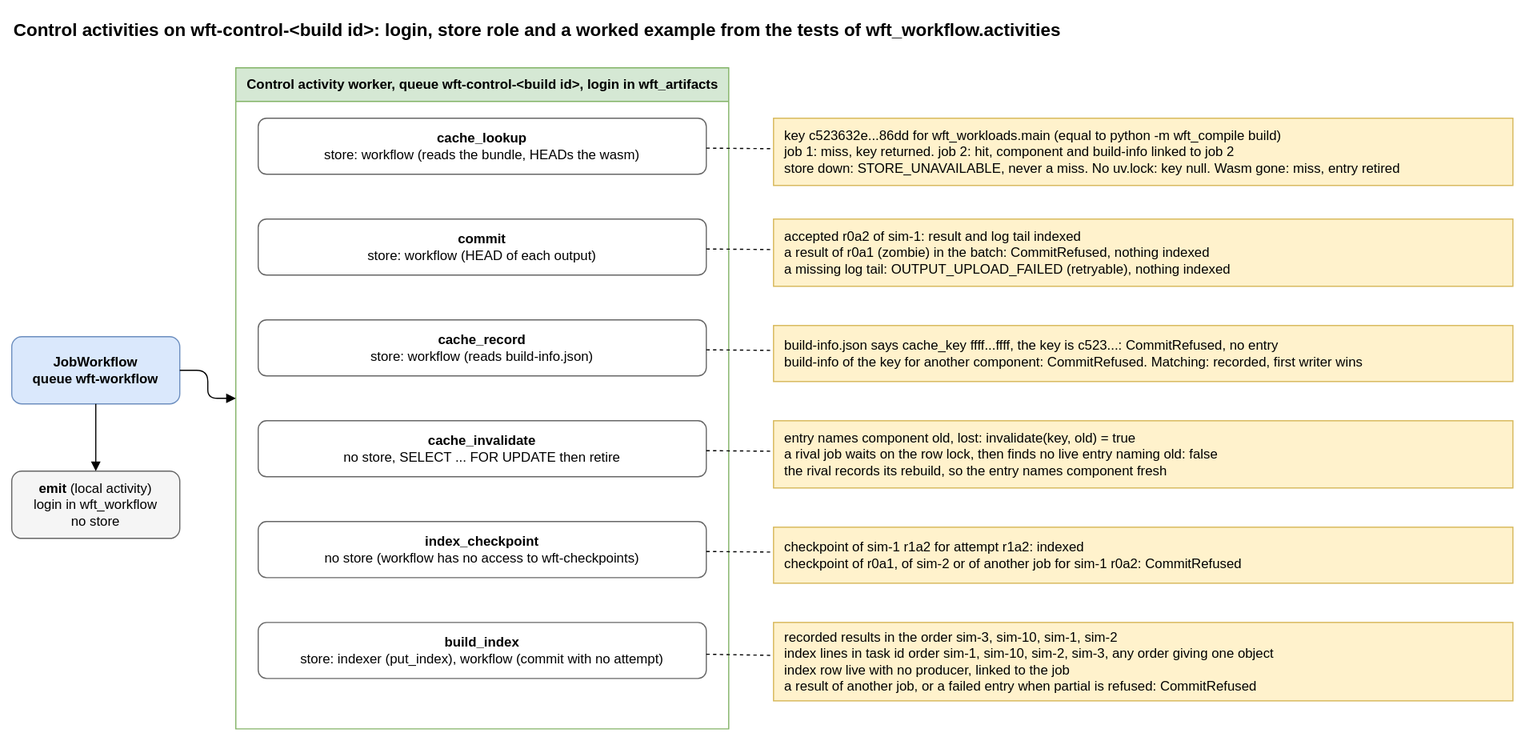
AndoNorth/disyard keeps this draw.io diagram as packages/workflow/control-activities.drawio.svg. Above is the earlier version. Source tidied: cells renumbered, new cells last; positions are measured from the earlier drawing's top-left corner, leaving out a move shared by most shapes.
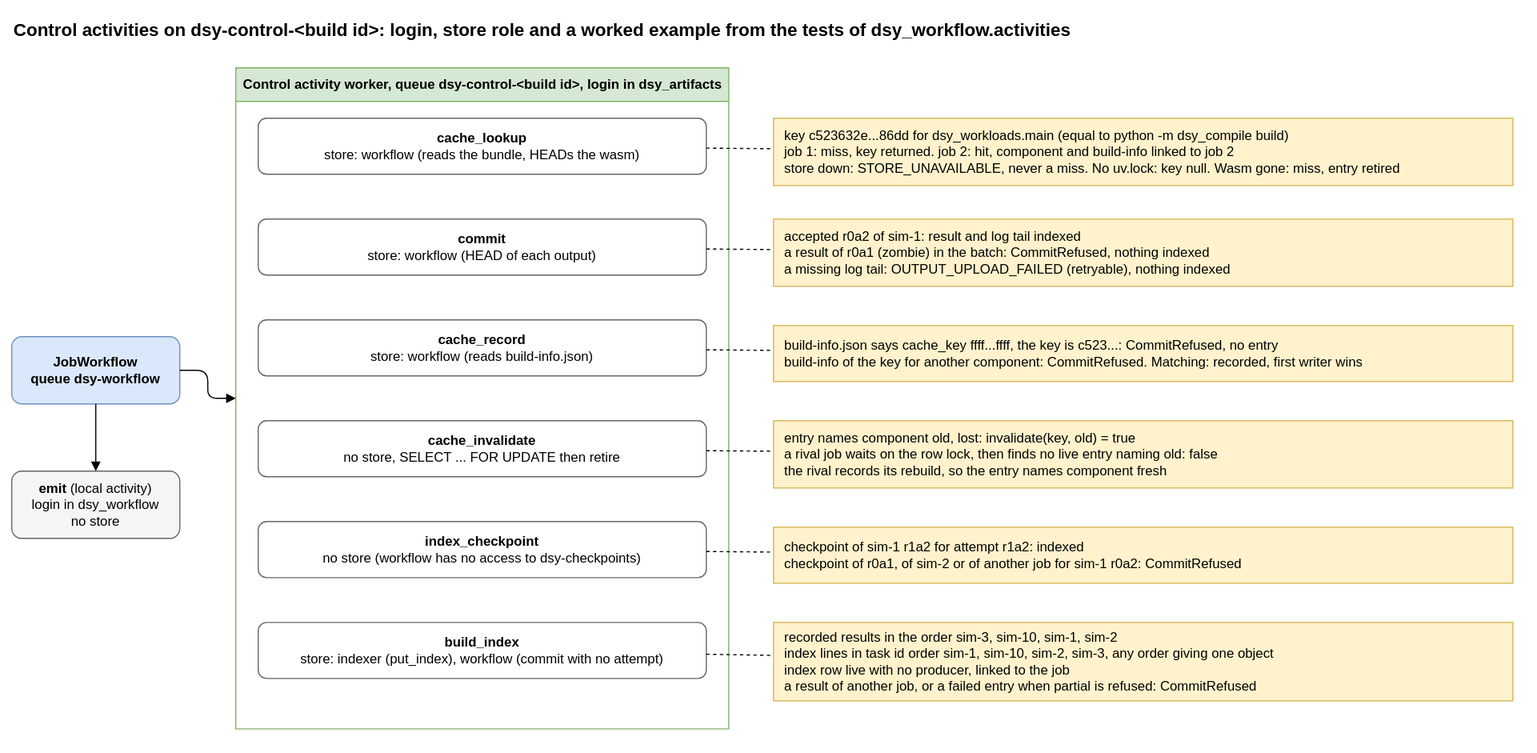
After the change.

Diff of the diagram source:
```diff
@@ -2,19 +2,19 @@
   <root>
     <mxCell id="0" />
     <mxCell id="1" parent="0" />
-    <mxCell id="2" value="Control activities on wft-control-&amp;lt;build id&amp;gt;: login, store role and a worked example from the tests of wft_workflow.activities" style="text;html=1;fontSize=16;fontStyle=1;align=left;" parent="1" vertex="1">
+    <mxCell id="2" value="Control activities on dsy-control-&amp;lt;build id&amp;gt;: login, store role and a worked example from the tests of dsy_workflow.activities" style="text;html=1;fontSize=16;fontStyle=1;align=left;" parent="1" vertex="1">
       <mxGeometry width="1340" height="30" as="geometry" />
     </mxCell>
-    <mxCell id="3" value="JobWorkflow&lt;br&gt;queue wft-workflow" style="rounded=1;whiteSpace=wrap;html=1;fillColor=#dae8fc;strokeColor=#6c8ebf;fontStyle=1;" parent="1" vertex="1">
+    <mxCell id="3" value="JobWorkflow&lt;br&gt;queue dsy-workflow" style="rounded=1;whiteSpace=wrap;html=1;fillColor=#dae8fc;strokeColor=#6c8ebf;fontStyle=1;" parent="1" vertex="1">
       <mxGeometry y="290" width="150" height="60" as="geometry" />
     </mxCell>
-    <mxCell id="4" value="&lt;b&gt;emit&lt;/b&gt; (local activity)&lt;br&gt;login in wft_workflow&lt;br&gt;no store" style="rounded=1;whiteSpace=wrap;html=1;fillColor=#f5f5f5;strokeColor=#666666;" parent="1" vertex="1">
+    <mxCell id="4" value="&lt;b&gt;emit&lt;/b&gt; (local activity)&lt;br&gt;login in dsy_workflow&lt;br&gt;no store" style="rounded=1;whiteSpace=wrap;html=1;fillColor=#f5f5f5;strokeColor=#666666;" parent="1" vertex="1">
       <mxGeometry y="410" width="150" height="60" as="geometry" />
     </mxCell>
     <mxCell id="5" style="html=1;endArrow=block;" parent="1" edge="1" source="3" target="4">
       <mxGeometry relative="1" as="geometry" />
     </mxCell>
-    <mxCell id="6" value="Control activity worker, queue wft-control-&amp;lt;build id&amp;gt;, login in wft_artifacts" style="swimlane;startSize=30;html=1;fillColor=#d5e8d4;strokeColor=#82b366;fontStyle=1;" parent="1" vertex="1">
+    <mxCell id="6" value="Control activity worker, queue dsy-control-&amp;lt;build id&amp;gt;, login in dsy_artifacts" style="swimlane;startSize=30;html=1;fillColor=#d5e8d4;strokeColor=#82b366;fontStyle=1;" parent="1" vertex="1">
       <mxGeometry x="200" y="50" width="440" height="590" as="geometry" />
     </mxCell>
     <mxCell id="7" value="&lt;b&gt;cache_lookup&lt;/b&gt;&lt;br&gt;store: workflow (reads the bundle, HEADs the wasm)" style="rounded=1;whiteSpace=wrap;html=1;fillColor=#ffffff;strokeColor=#666666;" parent="6" vertex="1">
@@ -29,7 +29,7 @@
     <mxCell id="10" value="&lt;b&gt;cache_invalidate&lt;/b&gt;&lt;br&gt;no store, SELECT ... FOR UPDATE then retire" style="rounded=1;whiteSpace=wrap;html=1;fillColor=#ffffff;strokeColor=#666666;" parent="6" vertex="1">
       <mxGeometry x="20" y="315" width="400" height="50" as="geometry" />
     </mxCell>
-    <mxCell id="11" value="&lt;b&gt;index_checkpoint&lt;/b&gt;&lt;br&gt;no store (workflow has no access to wft-checkpoints)" style="rounded=1;whiteSpace=wrap;html=1;fillColor=#ffffff;strokeColor=#666666;" parent="6" vertex="1">
+    <mxCell id="11" value="&lt;b&gt;index_checkpoint&lt;/b&gt;&lt;br&gt;no store (workflow has no access to dsy-checkpoints)" style="rounded=1;whiteSpace=wrap;html=1;fillColor=#ffffff;strokeColor=#666666;" parent="6" vertex="1">
       <mxGeometry x="20" y="405" width="400" height="50" as="geometry" />
     </mxCell>
     <mxCell id="12" value="&lt;b&gt;build_index&lt;/b&gt;&lt;br&gt;store: indexer (put_index), workflow (commit with no attempt)" style="rounded=1;whiteSpace=wrap;html=1;fillColor=#ffffff;strokeColor=#666666;" parent="6" vertex="1">
@@ -38,7 +38,7 @@
     <mxCell id="13" style="html=1;endArrow=block;edgeStyle=orthogonalEdgeStyle;" parent="1" edge="1" source="3" target="6">
       <mxGeometry relative="1" as="geometry" />
     </mxCell>
-    <mxCell id="14" value="key c523632e...86dd for wft_workloads.main (equal to python -m wft_compile build)&lt;br&gt;job 1: miss, key returned. job 2: hit, component and build-info linked to job 2&lt;br&gt;store down: STORE_UNAVAILABLE, never a miss. No uv.lock: key null. Wasm gone: miss, entry retired" style="rounded=0;whiteSpace=wrap;html=1;align=left;spacingLeft=8;fillColor=#fff2cc;strokeColor=#d6b656;" parent="1" vertex="1">
+    <mxCell id="14" value="key c523632e...86dd for dsy_workloads.main (equal to python -m dsy_compile build)&lt;br&gt;job 1: miss, key returned. job 2: hit, component and build-info linked to job 2&lt;br&gt;store down: STORE_UNAVAILABLE, never a miss. No uv.lock: key null. Wasm gone: miss, entry retired" style="rounded=0;whiteSpace=wrap;html=1;align=left;spacingLeft=8;fillColor=#fff2cc;strokeColor=#d6b656;" parent="1" vertex="1">
       <mxGeometry x="680" y="95" width="660" height="60" as="geometry" />
     </mxCell>
     <mxCell id="15" value="accepted r0a2 of sim-1: result and log tail indexed&lt;br&gt;a result of r0a1 (zombie) in the batch: CommitRefused, nothing indexed&lt;br&gt;a missing log tail: OUTPUT_UPLOAD_FAILED (retryable), nothing indexed" style="rounded=0;whiteSpace=wrap;html=1;align=left;spacingLeft=8;fillColor=#fff2cc;strokeColor=#d6b656;" parent="1" vertex="1">
```
